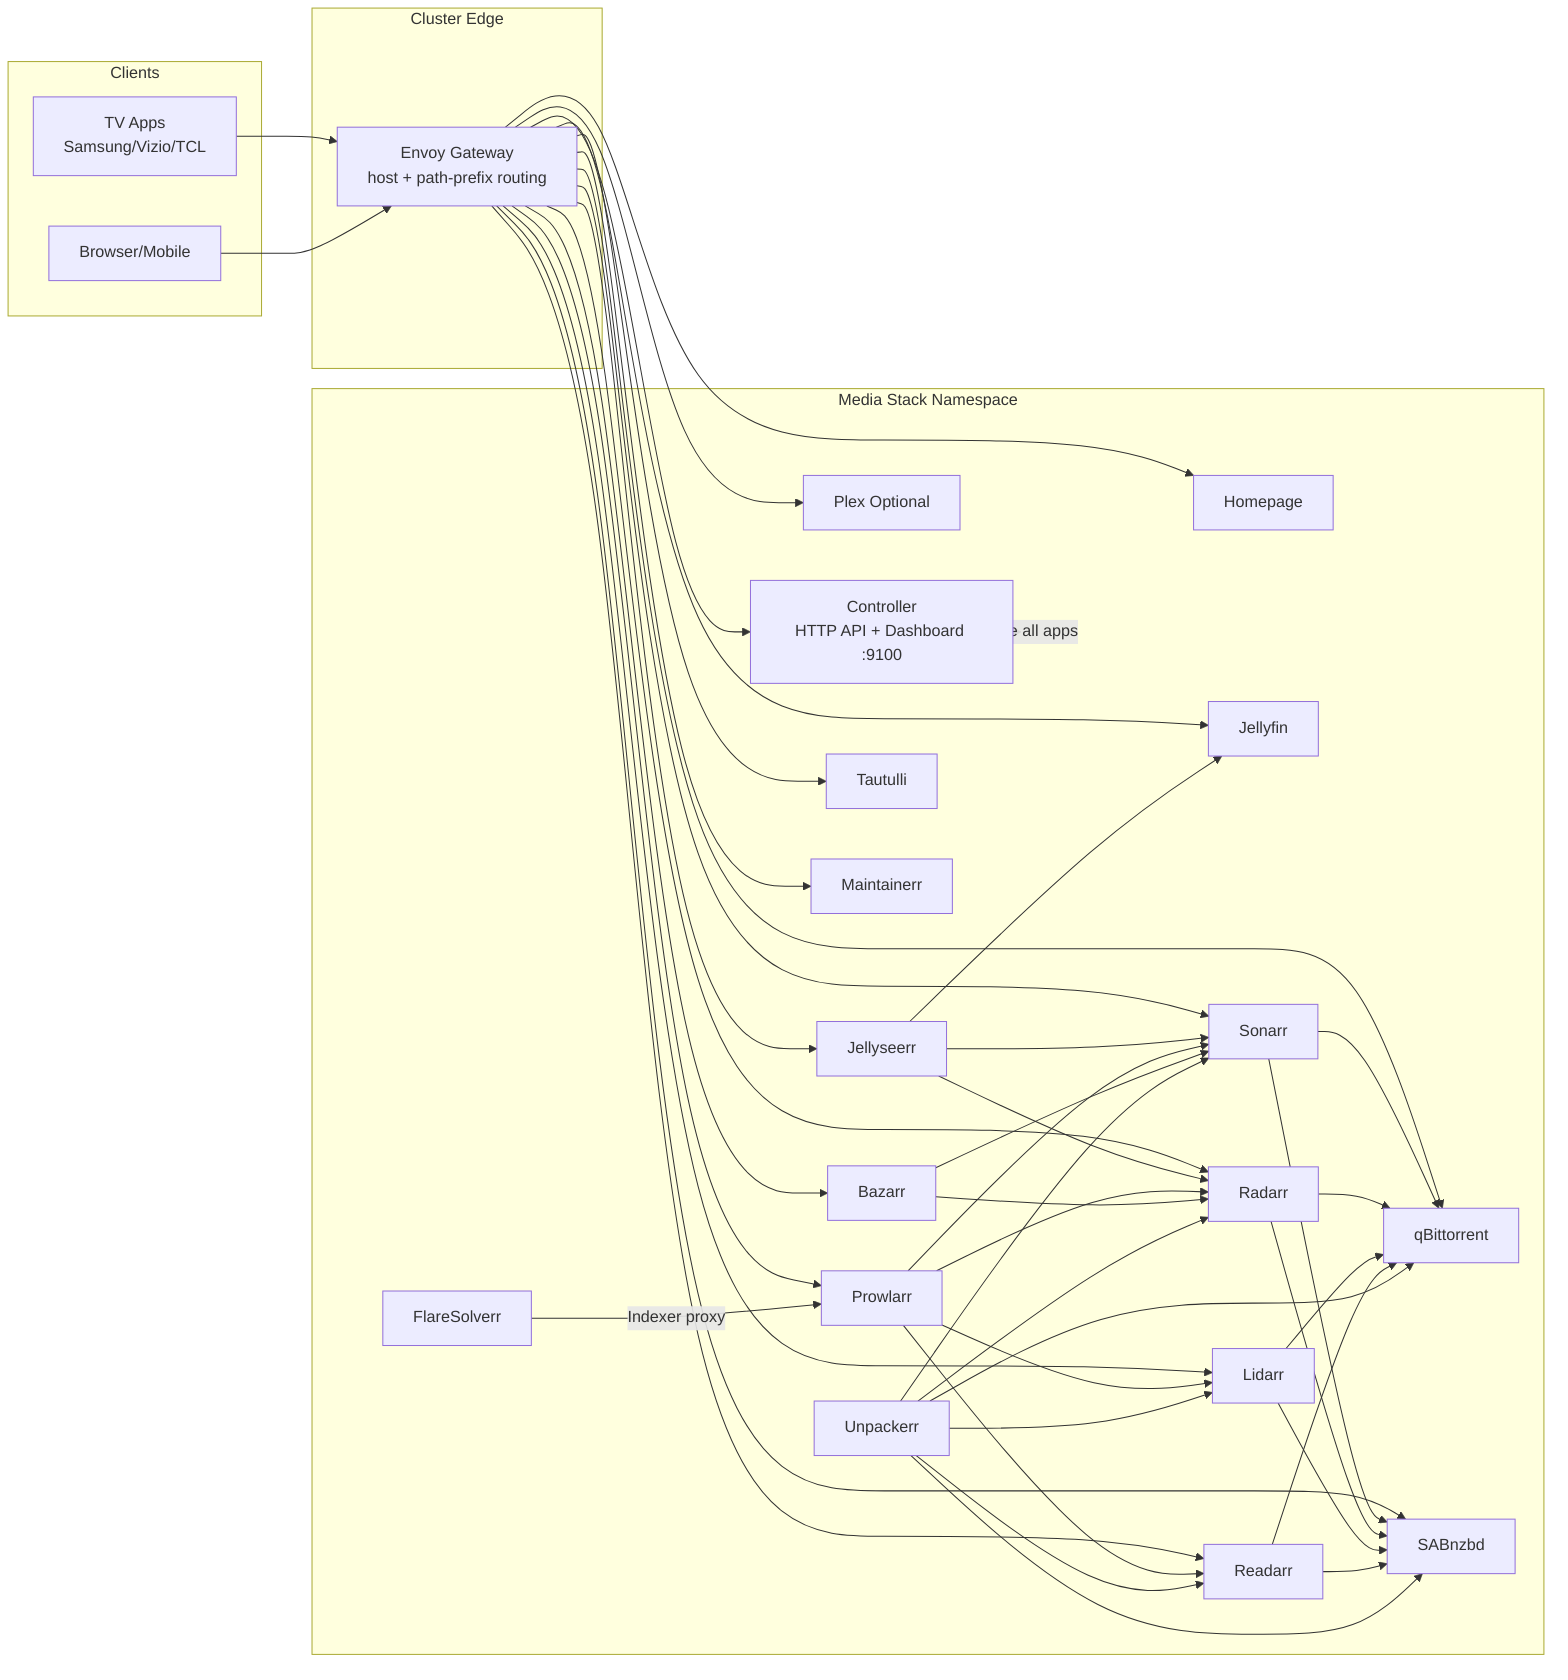
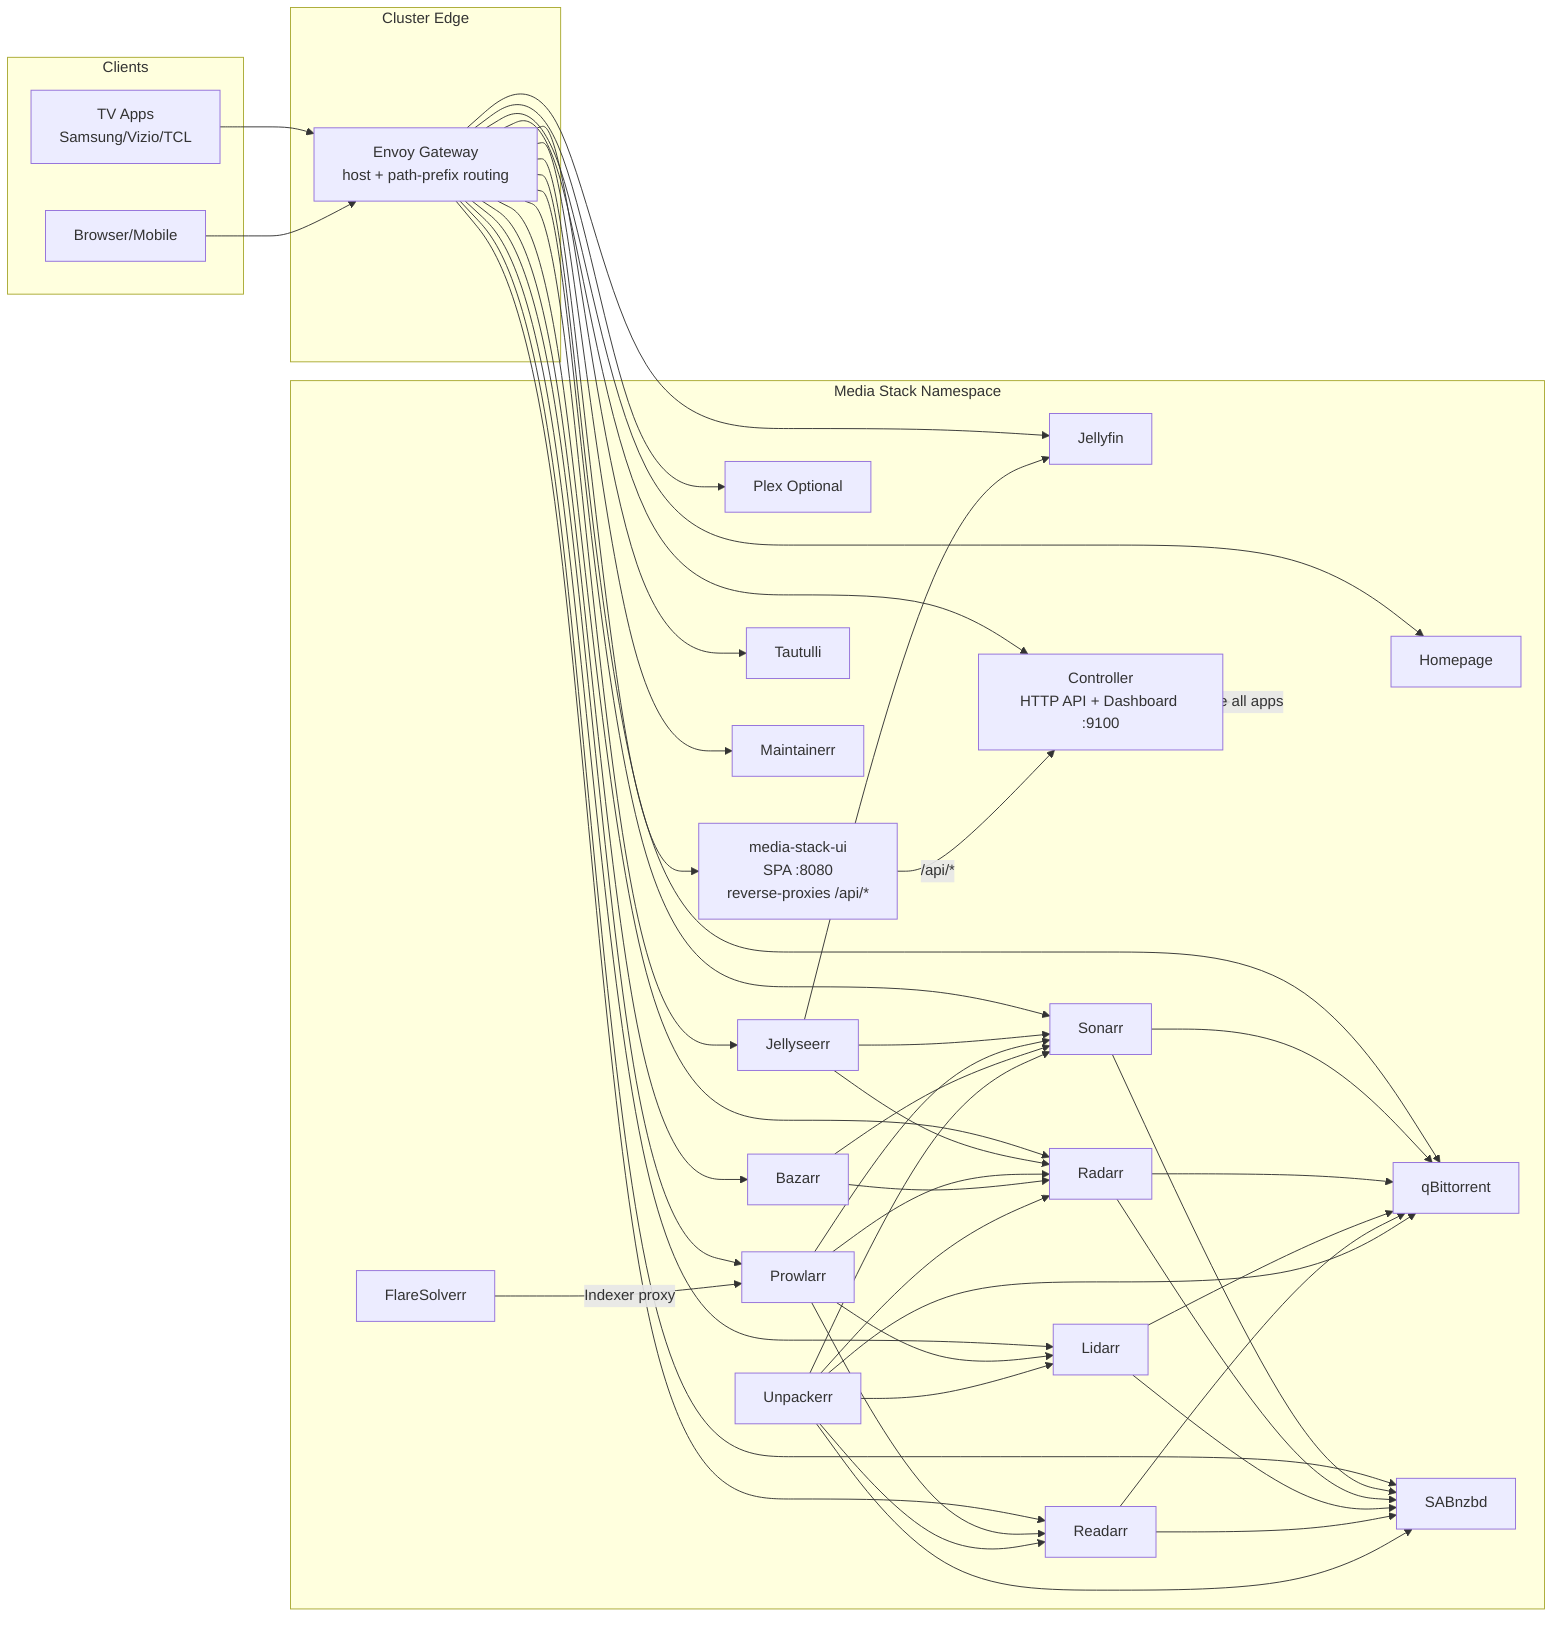
flowchart LR
  subgraph Clients[Clients]
    TV[TV Apps<br/>Samsung/Vizio/TCL]
    Browser[Browser/Mobile]
  end

  subgraph Edge[Cluster Edge]
    Envoy[Envoy Gateway<br/>host + path-prefix routing]
  end

  subgraph Apps[Media Stack Namespace]
    Homepage[Homepage]
    Jellyseerr[Jellyseerr]
    Jellyfin[Jellyfin]
    Plex[Plex Optional]
    Sonarr[Sonarr]
    Radarr[Radarr]
    Lidarr[Lidarr]
    Readarr[Readarr]
    Bazarr[Bazarr]
    Prowlarr[Prowlarr]
    QB[qBittorrent]
    SAB[SABnzbd]
    Tautulli[Tautulli]
    Maintainerr[Maintainerr]
    Unpackerr[Unpackerr]
    Flare[FlareSolverr]
+     UI[media-stack-ui<br/>SPA :8080<br/>reverse-proxies /api/*]
    Bootstrap[Controller<br/>HTTP API + Dashboard :9100]
  end

  TV --> Envoy
  Browser --> Envoy

  Envoy --> Homepage
  Envoy --> Jellyseerr
  Envoy --> Jellyfin
  Envoy --> Sonarr
  Envoy --> Radarr
  Envoy --> Lidarr
  Envoy --> Readarr
  Envoy --> Bazarr
  Envoy --> Prowlarr
  Envoy --> QB
  Envoy --> SAB
  Envoy --> Tautulli
  Envoy --> Maintainerr
  Envoy --> Plex
+   Envoy --> UI
  Envoy --> Bootstrap
+   UI -->|/api/*| Bootstrap

  Jellyseerr --> Sonarr
  Jellyseerr --> Radarr
  Jellyseerr --> Jellyfin

  Prowlarr --> Sonarr
  Prowlarr --> Radarr
  Prowlarr --> Lidarr
  Prowlarr --> Readarr
  Flare -->|Indexer proxy| Prowlarr

  Bazarr --> Sonarr
  Bazarr --> Radarr

  Sonarr --> QB
  Radarr --> QB
  Lidarr --> QB
  Readarr --> QB

  Sonarr --> SAB
  Radarr --> SAB
  Lidarr --> SAB
  Readarr --> SAB

  Unpackerr --> QB
  Unpackerr --> SAB
  Unpackerr --> Sonarr
  Unpackerr --> Radarr
  Unpackerr --> Lidarr
  Unpackerr --> Readarr

  Bootstrap -->|Configure all apps| Apps
